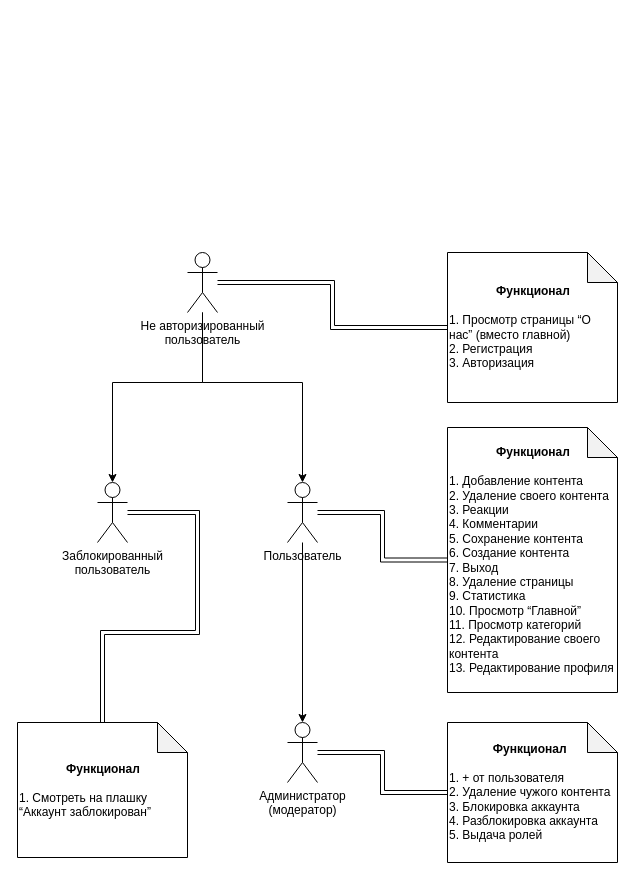
Before: dev/diagrams/funcs_inheritance.drawio in Forkenn/HosteyPic, a draw.io diagram. Source tidied: cells renumbered, new cells numbered last; positions are measured from the earlier drawing's top-left corner, leaving out a move shared by most shapes. Both pictures are drawn from the tidied source at 100%, with x=0, y=0 at pixel (17, 252).
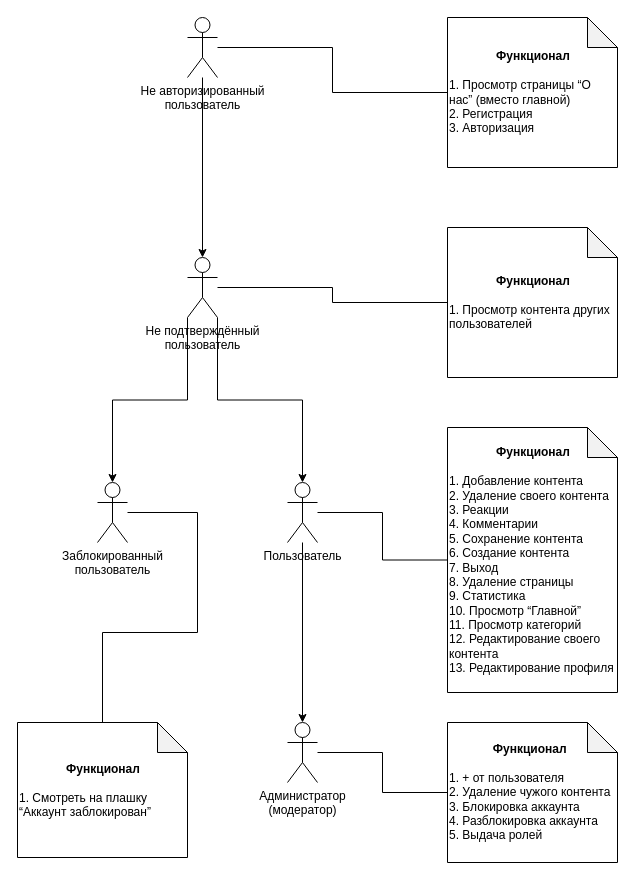
The same diagram, later.

Commit message (it also covers changes not shown here):
Funcs inheritance fixed

Unchanged cells that the change refers to:
```xml
<mxCell id="3" value="&lt;div&gt;Заблокированный&lt;/div&gt;&lt;div&gt;пользователь&lt;br&gt;&lt;/div&gt;" style="shape=umlActor;verticalLabelPosition=bottom;verticalAlign=top;html=1;outlineConnect=0;" parent="1" vertex="1">
  <mxGeometry x="80" y="230" width="30" height="60" as="geometry" />
</mxCell>
<mxCell id="4" value="Пользователь" style="shape=umlActor;verticalLabelPosition=bottom;verticalAlign=top;html=1;outlineConnect=0;" parent="1" vertex="1">
  <mxGeometry x="270" y="230" width="30" height="60" as="geometry" />
</mxCell>
<mxCell id="5" value="&lt;div&gt;Администратор&lt;/div&gt;&lt;div&gt;(модератор)&lt;br&gt;&lt;/div&gt;" style="shape=umlActor;verticalLabelPosition=bottom;verticalAlign=top;html=1;outlineConnect=0;" parent="1" vertex="1">
  <mxGeometry x="270" y="470" width="30" height="60" as="geometry" />
</mxCell>
<mxCell id="9" value="&lt;div&gt;&lt;div align=&quot;center&quot;&gt;&lt;b&gt;Функционал&lt;/b&gt;&lt;br&gt;&lt;/div&gt;&lt;br&gt;1. Добавление контента&lt;br&gt;2. Удаление своего контента&lt;br&gt;3. Реакции&lt;br&gt;4. Комментарии&lt;br&gt;5. Сохранение контента&lt;br&gt;6. Создание контента&lt;br&gt;7. Выход&lt;br&gt;8. Удаление страницы&lt;br&gt;9. Статистика&lt;br&gt;10. Просмотр “Главной”&lt;br&gt;11. Просмотр категорий&lt;br&gt;12. Редактирование своего контента&lt;br&gt;13. Редактирование профиля&lt;br&gt;&lt;/div&gt;" style="shape=note;whiteSpace=wrap;html=1;backgroundOutline=1;darkOpacity=0.05;align=left;" parent="1" vertex="1">
  <mxGeometry x="430" y="175" width="170" height="265" as="geometry" />
</mxCell>
<mxCell id="11" value="&lt;div&gt;&lt;div align=&quot;center&quot;&gt;&lt;b&gt;Функционал&lt;/b&gt;&lt;br&gt;&lt;/div&gt;&lt;br&gt;1. + от пользователя&lt;br&gt;2. Удаление чужого контента&lt;br&gt;3. Блокировка аккаунта&lt;br&gt;4. Разблокировка аккаунта&lt;br&gt;5. Выдача ролей&lt;/div&gt;" style="shape=note;whiteSpace=wrap;html=1;backgroundOutline=1;darkOpacity=0.05;align=left;" parent="1" vertex="1">
  <mxGeometry x="430" y="470" width="170" height="140" as="geometry" />
</mxCell>
<mxCell id="15" value="&lt;div&gt;&lt;div align=&quot;center&quot;&gt;&lt;b&gt;Функционал&lt;/b&gt;&lt;br&gt;&lt;/div&gt;&lt;br&gt;1. Смотреть на плашку “Аккаунт заблокирован”&lt;br&gt;&lt;/div&gt;" style="shape=note;whiteSpace=wrap;html=1;backgroundOutline=1;darkOpacity=0.05;align=left;" parent="1" vertex="1">
  <mxGeometry y="470" width="170" height="135" as="geometry" />
</mxCell>
```

Diff of the diagram source:
```diff
@@
     <mxCell id="2" value="&lt;div&gt;Не авторизированный&lt;/div&gt;&lt;div&gt;пользователь&lt;br&gt;&lt;/div&gt;" style="shape=umlActor;verticalLabelPosition=bottom;verticalAlign=top;html=1;outlineConnect=0;" parent="1" vertex="1">
-      <mxGeometry x="170" width="30" height="60" as="geometry" />
+      <mxGeometry x="170" y="-235" width="30" height="60" as="geometry" />
     </mxCell>
@@
     <mxCell id="7" value="&lt;div&gt;&lt;div align=&quot;center&quot;&gt;&lt;b&gt;Функционал&lt;/b&gt;&lt;br&gt;&lt;/div&gt;&lt;br&gt;1. Просмотр страницы “О нас” (вместо главной)&lt;br&gt;2. Регистрация&lt;br&gt;3. Авторизация&lt;br&gt;&lt;/div&gt;" style="shape=note;whiteSpace=wrap;html=1;backgroundOutline=1;darkOpacity=0.05;align=left;" parent="1" vertex="1">
-      <mxGeometry x="430" width="170" height="150" as="geometry" />
+      <mxGeometry x="430" y="-235" width="170" height="150" as="geometry" />
     </mxCell>
-    <mxCell id="8" style="edgeStyle=orthogonalEdgeStyle;rounded=0;jettySize=auto;html=1;entryX=0;entryY=0.5;entryDx=0;entryDy=0;entryPerimeter=0;shape=link;" parent="1" edge="1" source="2" target="7">
+    <mxCell id="8" style="edgeStyle=orthogonalEdgeStyle;rounded=0;jettySize=auto;html=1;entryX=0;entryY=0.5;entryDx=0;entryDy=0;entryPerimeter=0;endArrow=none;endFill=0;" parent="1" edge="1" source="2" target="7">
       <mxGeometry relative="1" as="geometry" />
     </mxCell>
@@
-    <mxCell id="10" style="edgeStyle=orthogonalEdgeStyle;rounded=0;jettySize=auto;html=1;entryX=0;entryY=0.5;entryDx=0;entryDy=0;entryPerimeter=0;shape=link;" parent="1" edge="1" source="4" target="9">
+    <mxCell id="10" style="edgeStyle=orthogonalEdgeStyle;rounded=0;jettySize=auto;html=1;entryX=0;entryY=0.5;entryDx=0;entryDy=0;entryPerimeter=0;endArrow=none;endFill=0;" parent="1" edge="1" source="4" target="9">
       <mxGeometry relative="1" as="geometry" />
     </mxCell>
@@
-    <mxCell id="12" style="edgeStyle=orthogonalEdgeStyle;rounded=0;jettySize=auto;html=1;entryX=0;entryY=0.5;entryDx=0;entryDy=0;entryPerimeter=0;shape=link;" parent="1" edge="1" source="5" target="11">
+    <mxCell id="12" style="edgeStyle=orthogonalEdgeStyle;rounded=0;jettySize=auto;html=1;entryX=0;entryY=0.5;entryDx=0;entryDy=0;entryPerimeter=0;endArrow=none;endFill=0;" parent="1" edge="1" source="5" target="11">
       <mxGeometry relative="1" as="geometry" />
     </mxCell>
-    <mxCell id="13" style="edgeStyle=orthogonalEdgeStyle;rounded=0;jettySize=auto;html=1;entryX=0.5;entryY=0;entryDx=0;entryDy=0;entryPerimeter=0;" parent="1" edge="1" source="2" target="3">
-      <mxGeometry relative="1" as="geometry">
-        <Array as="points">
-          <mxPoint x="185" y="130" />
-          <mxPoint x="95" y="130" />
-        </Array>
-      </mxGeometry>
-    </mxCell>
-    <mxCell id="14" style="edgeStyle=orthogonalEdgeStyle;rounded=0;jettySize=auto;html=1;entryX=0.5;entryY=0;entryDx=0;entryDy=0;entryPerimeter=0;" parent="1" edge="1" source="2" target="4">
-      <mxGeometry relative="1" as="geometry">
-        <Array as="points">
-          <mxPoint x="185" y="130" />
-          <mxPoint x="285" y="130" />
-        </Array>
-      </mxGeometry>
-    </mxCell>
@@
-    <mxCell id="16" style="edgeStyle=orthogonalEdgeStyle;rounded=0;jettySize=auto;html=1;entryX=0.5;entryY=0;entryDx=0;entryDy=0;entryPerimeter=0;shape=link;" parent="1" edge="1" source="3" target="15">
+    <mxCell id="16" style="edgeStyle=orthogonalEdgeStyle;rounded=0;jettySize=auto;html=1;entryX=0.5;entryY=0;entryDx=0;entryDy=0;entryPerimeter=0;endArrow=none;endFill=0;" parent="1" edge="1" source="3" target="15">
       <mxGeometry relative="1" as="geometry">
         <Array as="points">
           <mxPoint x="180" y="260" />
           <mxPoint x="180" y="380" />
           <mxPoint x="85" y="380" />
         </Array>
       </mxGeometry>
     </mxCell>
+    <mxCell id="17" value="&lt;div&gt;Не подтверждённый&lt;/div&gt;&lt;div&gt;пользователь&lt;/div&gt;" style="shape=umlActor;verticalLabelPosition=bottom;verticalAlign=top;html=1;outlineConnect=0;" parent="1" vertex="1">
+      <mxGeometry x="170" y="5" width="30" height="60" as="geometry" />
+    </mxCell>
+    <mxCell id="18" style="edgeStyle=orthogonalEdgeStyle;rounded=0;jettySize=auto;html=1;entryX=0.5;entryY=0;entryDx=0;entryDy=0;entryPerimeter=0;" parent="1" edge="1" source="2" target="17">
+      <mxGeometry relative="1" as="geometry" />
+    </mxCell>
+    <mxCell id="19" style="edgeStyle=orthogonalEdgeStyle;rounded=0;jettySize=auto;html=1;exitX=0;exitY=1;exitDx=0;exitDy=0;exitPerimeter=0;entryX=0.5;entryY=0;entryDx=0;entryDy=0;entryPerimeter=0;" parent="1" edge="1" source="17" target="3">
+      <mxGeometry relative="1" as="geometry" />
+    </mxCell>
+    <mxCell id="20" style="edgeStyle=orthogonalEdgeStyle;rounded=0;jettySize=auto;html=1;exitX=1;exitY=1;exitDx=0;exitDy=0;exitPerimeter=0;entryX=0.5;entryY=0;entryDx=0;entryDy=0;entryPerimeter=0;" parent="1" edge="1" source="17" target="4">
+      <mxGeometry relative="1" as="geometry" />
+    </mxCell>
+    <mxCell id="21" value="&lt;div&gt;&lt;div align=&quot;center&quot;&gt;&lt;b&gt;Функционал&lt;/b&gt;&lt;br&gt;&lt;/div&gt;&lt;br&gt;1. Просмотр контента других пользователей&lt;br&gt;&lt;/div&gt;" style="shape=note;whiteSpace=wrap;html=1;backgroundOutline=1;darkOpacity=0.05;align=left;" parent="1" vertex="1">
+      <mxGeometry x="430" y="-25" width="170" height="150" as="geometry" />
+    </mxCell>
+    <mxCell id="22" style="endArrow=none;html=1;rounded=0;entryX=0;entryY=0.5;entryDx=0;entryDy=0;entryPerimeter=0;edgeStyle=orthogonalEdgeStyle;" parent="1" edge="1" source="17" target="21">
+      <mxGeometry relative="1" as="geometry" />
+    </mxCell>
```
